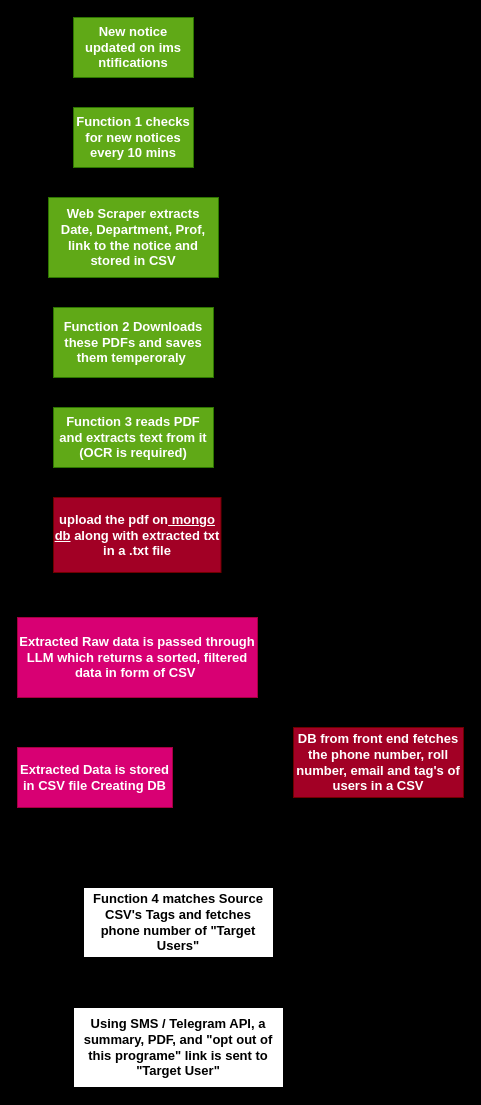
Above: Flow.drawio in kumarkushagra/CampusPing (draw.io), before the change. Source tidied: cells renumbered, new cells numbered last; positions are measured from the earlier drawing's top-left corner, leaving out a move shared by most shapes. Both pictures are drawn from the tidied source at 100%, with x=0, y=0 at pixel (17, 17).
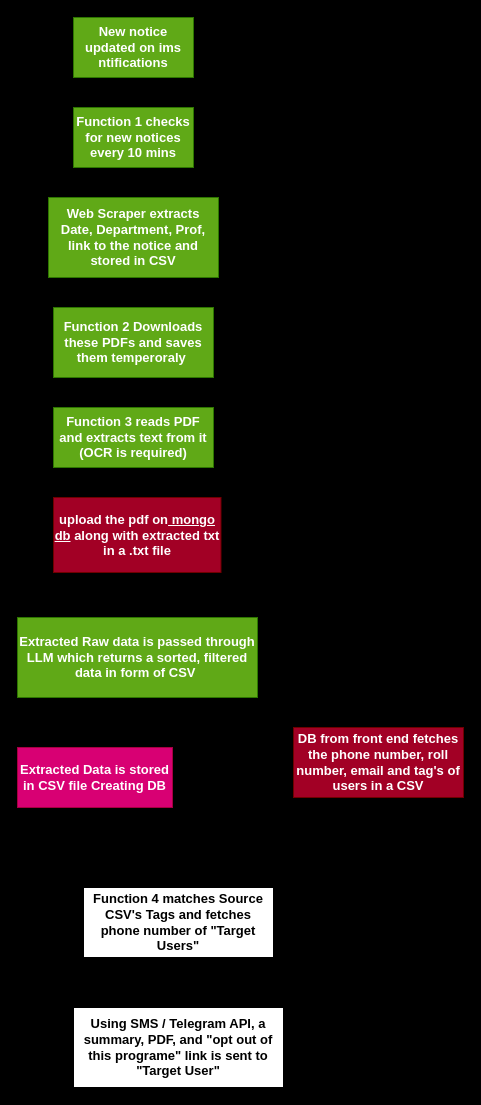
After the change.

What changed in the source:
```diff
@@
-    <mxCell id="13" value="Extracted Raw data is passed through LLM which returns a sorted, filtered data in form of CSV&amp;nbsp;&lt;br&gt;" style="rounded=0;whiteSpace=wrap;fontStyle=1;fontSize=13;labelBorderColor=none;labelPosition=center;verticalLabelPosition=middle;align=center;verticalAlign=middle;html=1;fillColor=#d80073;fontColor=#ffffff;strokeColor=#A50040;" parent="1" vertex="1">
+    <mxCell id="13" value="Extracted Raw data is passed through LLM which returns a sorted, filtered data in form of CSV&amp;nbsp;&lt;br&gt;" style="rounded=0;whiteSpace=wrap;fontStyle=1;fontSize=13;labelBorderColor=none;labelPosition=center;verticalLabelPosition=middle;align=center;verticalAlign=middle;html=1;fillColor=#60a917;fontColor=#ffffff;strokeColor=#2D7600;" parent="1" vertex="1">
       <mxGeometry y="600" width="240" height="80" as="geometry" />
     </mxCell>
```
